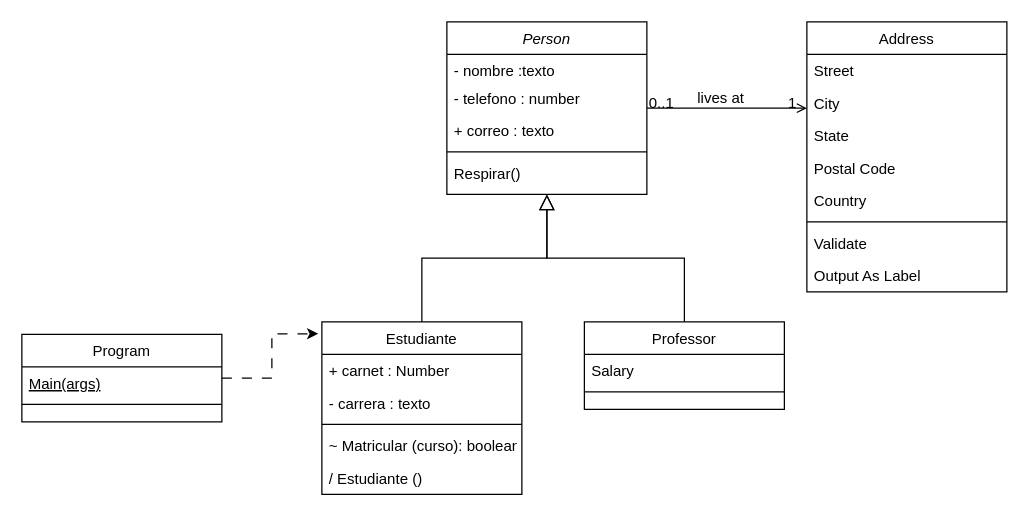
This is Diagrama sin título.drawio from FernandoGonza27/DiagramsUml, a draw.io file, before an edit. Source tidied: cells renumbered, new cells numbered last; positions are measured from the earlier drawing's top-left corner, leaving out a move shared by most shapes. Both pictures are drawn from the tidied source at 125%, with x=0, y=0 at pixel (21, 21).
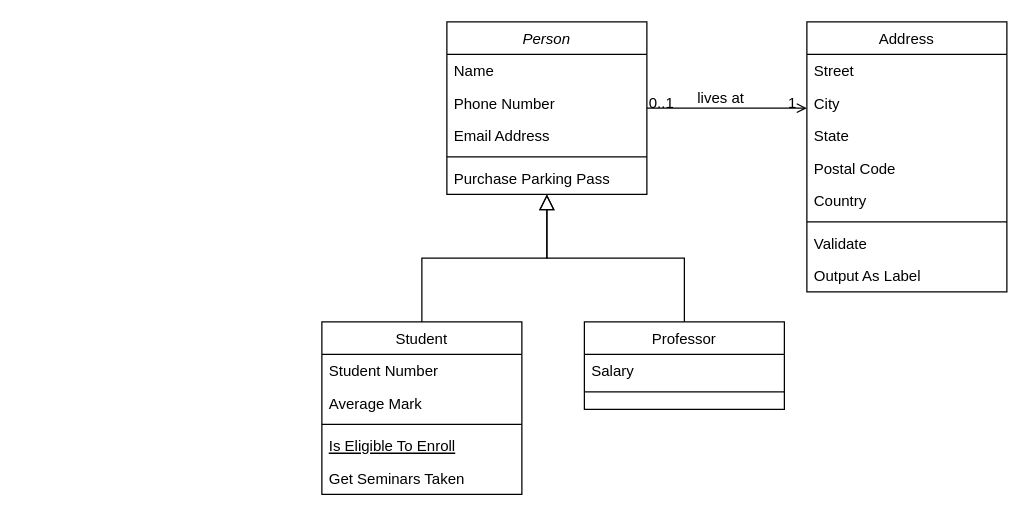
The same page after the edit.

The change refers to these unchanged cells:
```xml
<mxCell id="2" value="Person" style="swimlane;fontStyle=2;align=center;verticalAlign=top;horizontal=1;startSize=26;rounded=0;shadow=0;strokeWidth=1;" parent="1" vertex="1">
  <mxGeometry x="340" width="160" height="138" as="geometry" />
</mxCell>
```

What changed in the source:
```diff
@@
-    <mxCell id="3" value="- nombre :texto" style="text;align=left;verticalAlign=top;spacingLeft=4;spacingRight=4;overflow=hidden;" parent="2" vertex="1">
-      <mxGeometry y="26" width="160" height="22" as="geometry" />
+    <mxCell id="3" value="Name" style="text;align=left;verticalAlign=top;spacingLeft=4;spacingRight=4;overflow=hidden;" parent="2" vertex="1">
+      <mxGeometry y="26" width="160" height="26" as="geometry" />
     </mxCell>
-    <mxCell id="4" value="- telefono : number" style="text;align=left;verticalAlign=top;spacingLeft=4;spacingRight=4;overflow=hidden;rounded=0;shadow=0;html=0;" parent="2" vertex="1">
-      <mxGeometry y="48" width="160" height="26" as="geometry" />
+    <mxCell id="4" value="Phone Number" style="text;align=left;verticalAlign=top;spacingLeft=4;spacingRight=4;overflow=hidden;rounded=0;shadow=0;html=0;" parent="2" vertex="1">
+      <mxGeometry y="52" width="160" height="26" as="geometry" />
     </mxCell>
-    <mxCell id="5" value="+ correo : texto" style="text;align=left;verticalAlign=top;spacingLeft=4;spacingRight=4;overflow=hidden;rounded=0;shadow=0;html=0;" parent="2" vertex="1">
-      <mxGeometry y="74" width="160" height="26" as="geometry" />
+    <mxCell id="5" value="Email Address" style="text;align=left;verticalAlign=top;spacingLeft=4;spacingRight=4;overflow=hidden;rounded=0;shadow=0;html=0;" parent="2" vertex="1">
+      <mxGeometry y="78" width="160" height="26" as="geometry" />
     </mxCell>
     <mxCell id="6" style="line;html=1;strokeWidth=1;align=left;verticalAlign=middle;spacingTop=-1;spacingLeft=3;spacingRight=3;labelPosition=right;" parent="2" vertex="1">
-      <mxGeometry y="100" width="160" height="8" as="geometry" />
+      <mxGeometry y="104" width="160" height="8" as="geometry" />
     </mxCell>
-    <mxCell id="7" value="Respirar()" style="text;align=left;verticalAlign=top;spacingLeft=4;spacingRight=4;overflow=hidden;" parent="2" vertex="1">
-      <mxGeometry y="108" width="160" height="26" as="geometry" />
+    <mxCell id="7" value="Purchase Parking Pass" style="text;align=left;verticalAlign=top;spacingLeft=4;spacingRight=4;overflow=hidden;" parent="2" vertex="1">
+      <mxGeometry y="112" width="160" height="26" as="geometry" />
     </mxCell>
-    <mxCell id="8" value="Estudiante" style="swimlane;fontStyle=0;align=center;verticalAlign=top;horizontal=1;startSize=26;rounded=0;shadow=0;strokeWidth=1;" parent="1" vertex="1">
+    <mxCell id="8" value="Student" style="swimlane;fontStyle=0;align=center;verticalAlign=top;horizontal=1;startSize=26;rounded=0;shadow=0;strokeWidth=1;" parent="1" vertex="1">
       <mxGeometry x="240" y="240" width="160" height="138" as="geometry" />
     </mxCell>
-    <mxCell id="9" value="+ carnet : Number" style="text;align=left;verticalAlign=top;spacingLeft=4;spacingRight=4;overflow=hidden;" parent="8" vertex="1">
+    <mxCell id="9" value="Student Number" style="text;align=left;verticalAlign=top;spacingLeft=4;spacingRight=4;overflow=hidden;" parent="8" vertex="1">
       <mxGeometry y="26" width="160" height="26" as="geometry" />
     </mxCell>
-    <mxCell id="10" value="- carrera : texto " style="text;align=left;verticalAlign=top;spacingLeft=4;spacingRight=4;overflow=hidden;rounded=0;shadow=0;html=0;" parent="8" vertex="1">
+    <mxCell id="10" value="Average Mark" style="text;align=left;verticalAlign=top;spacingLeft=4;spacingRight=4;overflow=hidden;rounded=0;shadow=0;html=0;" parent="8" vertex="1">
       <mxGeometry y="52" width="160" height="26" as="geometry" />
     </mxCell>
@@
-    <mxCell id="12" value="~ Matricular (curso): boolean &#10;" style="text;align=left;verticalAlign=top;spacingLeft=4;spacingRight=4;overflow=hidden;fontStyle=0;" parent="8" vertex="1">
+    <mxCell id="12" value="Is Eligible To Enroll" style="text;align=left;verticalAlign=top;spacingLeft=4;spacingRight=4;overflow=hidden;fontStyle=4;" parent="8" vertex="1">
       <mxGeometry y="86" width="160" height="26" as="geometry" />
     </mxCell>
-    <mxCell id="13" value="/ Estudiante ()" style="text;align=left;verticalAlign=top;spacingLeft=4;spacingRight=4;overflow=hidden;" parent="8" vertex="1">
+    <mxCell id="13" value="Get Seminars Taken" style="text;align=left;verticalAlign=top;spacingLeft=4;spacingRight=4;overflow=hidden;" parent="8" vertex="1">
       <mxGeometry y="112" width="160" height="26" as="geometry" />
     </mxCell>
@@
-    <mxCell id="32" value="Program" style="swimlane;fontStyle=0;align=center;verticalAlign=top;horizontal=1;startSize=26;rounded=0;shadow=0;strokeWidth=1;" parent="1" vertex="1">
-      <mxGeometry y="250" width="160" height="70" as="geometry" />
-    </mxCell>
-    <mxCell id="33" value="Main(args)" style="text;align=left;verticalAlign=top;spacingLeft=4;spacingRight=4;overflow=hidden;fontStyle=4;" parent="32" vertex="1">
-      <mxGeometry y="26" width="160" height="26" as="geometry" />
-    </mxCell>
-    <mxCell id="34" style="line;html=1;strokeWidth=1;align=left;verticalAlign=middle;spacingTop=-1;spacingLeft=3;spacingRight=3;labelPosition=right;" parent="32" vertex="1">
-      <mxGeometry y="52" width="160" height="8" as="geometry" />
-    </mxCell>
-    <mxCell id="35" style="edgeStyle=orthogonalEdgeStyle;rounded=0;jettySize=auto;html=1;entryX=-0.018;entryY=0.069;entryDx=0;entryDy=0;entryPerimeter=0;dashed=1;dashPattern=8 8;" parent="1" edge="1" source="32" target="8">
-      <mxGeometry relative="1" as="geometry" />
-    </mxCell>
```
